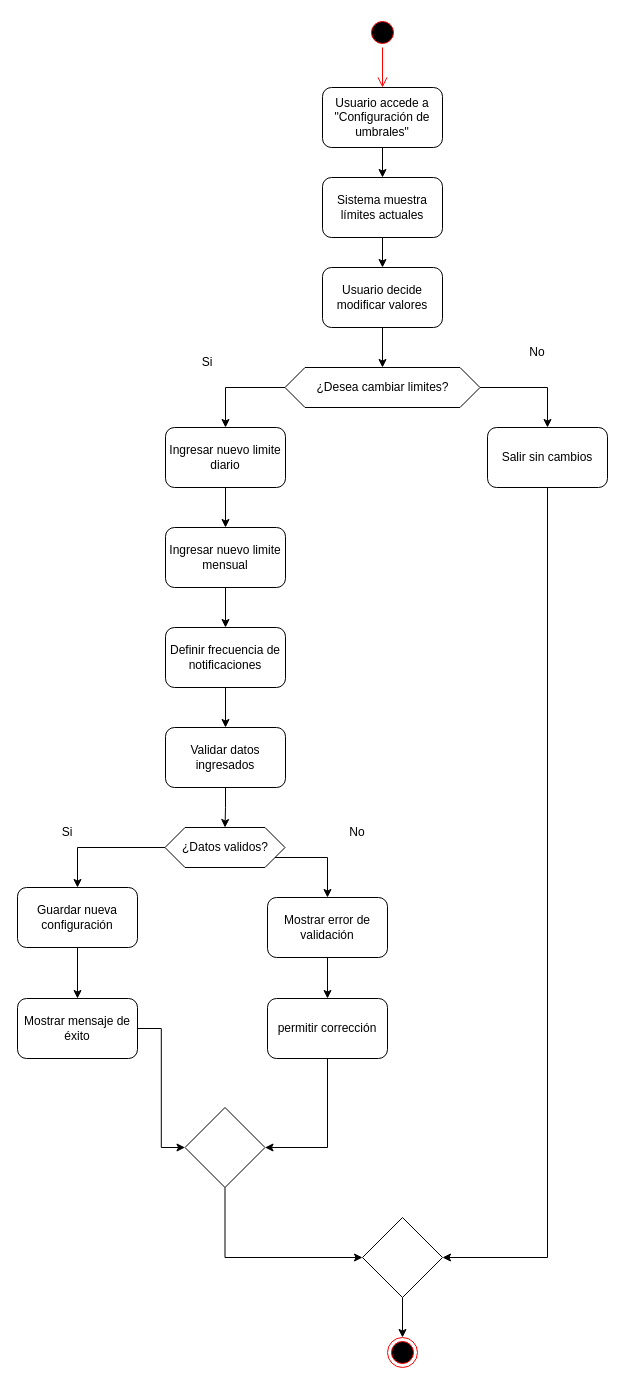
Above: Flujos de interaccion de usuario/Configurar umbrales.drawio in Juan-Cortes2045/Energy-Monitor-Documentation (draw.io), before the change. Source tidied: cells renumbered, new cells numbered last; positions are measured from the earlier drawing's top-left corner, leaving out a move shared by most shapes. Both pictures are drawn from the tidied source at 100%, with x=0, y=0 at pixel (17, 17).
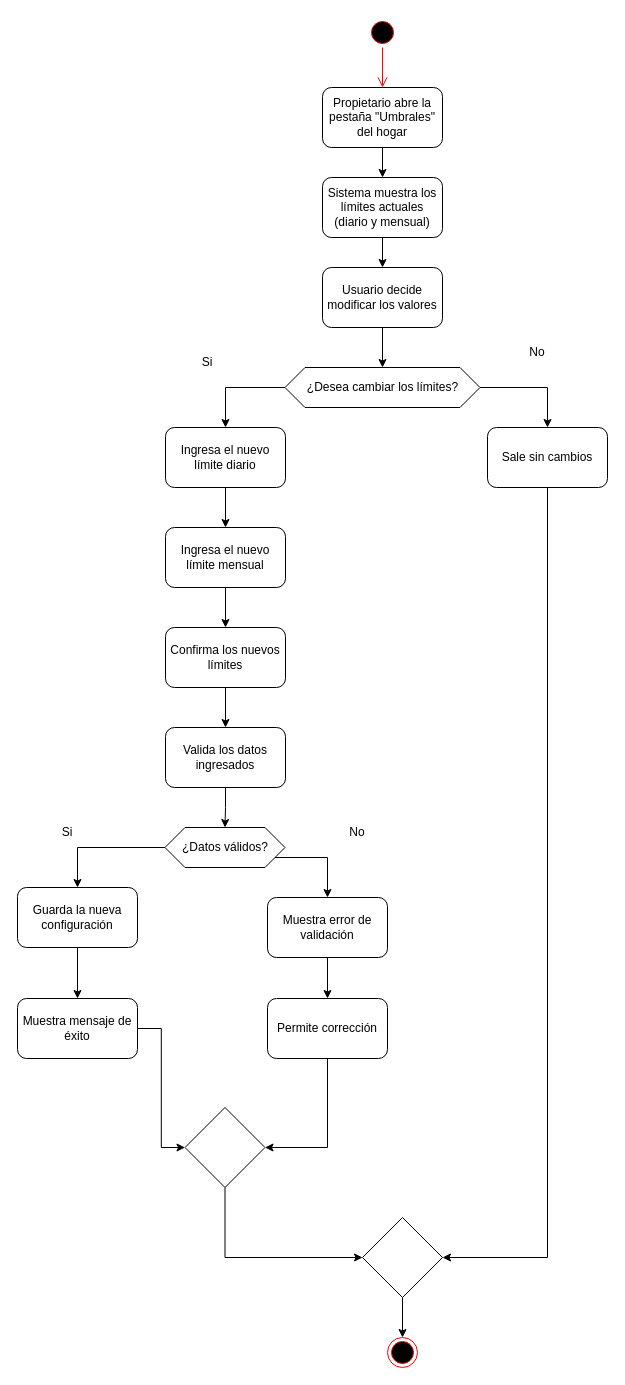
After the change.

The edit, as a diff of the source:
```diff
@@
-    <mxCell id="5" value="Usuario accede a &quot;Configuración de umbrales&quot;" style="rounded=1;whiteSpace=wrap;html=1;" parent="1" vertex="1">
+    <mxCell id="5" value="Propietario abre la pestaña &quot;Umbrales&quot; del hogar" style="rounded=1;whiteSpace=wrap;html=1;" parent="1" vertex="1">
       <mxGeometry x="305" y="70" width="120" height="60" as="geometry" />
     </mxCell>
@@
-    <mxCell id="7" value="Sistema muestra límites actuales" style="rounded=1;whiteSpace=wrap;html=1;" parent="1" vertex="1">
+    <mxCell id="7" value="Sistema muestra los límites actuales (diario y mensual)" style="rounded=1;whiteSpace=wrap;html=1;" parent="1" vertex="1">
       <mxGeometry x="305" y="160" width="120" height="60" as="geometry" />
     </mxCell>
@@
-    <mxCell id="9" value="Usuario decide modificar valores" style="rounded=1;whiteSpace=wrap;html=1;" parent="1" vertex="1">
+    <mxCell id="9" value="Usuario decide modificar los valores" style="rounded=1;whiteSpace=wrap;html=1;" parent="1" vertex="1">
       <mxGeometry x="305" y="250" width="120" height="60" as="geometry" />
     </mxCell>
@@
-    <mxCell id="12" value="¿Desea cambiar limites?" style="shape=hexagon;perimeter=hexagonPerimeter2;whiteSpace=wrap;html=1;fixedSize=1;" parent="1" vertex="1">
+    <mxCell id="12" value="¿Desea cambiar los límites?" style="shape=hexagon;perimeter=hexagonPerimeter2;whiteSpace=wrap;html=1;fixedSize=1;" parent="1" vertex="1">
       <mxGeometry x="267.5" y="350" width="195" height="40" as="geometry" />
     </mxCell>
@@
-    <mxCell id="14" value="Salir sin cambios" style="rounded=1;whiteSpace=wrap;html=1;" parent="1" vertex="1">
+    <mxCell id="14" value="Sale sin cambios" style="rounded=1;whiteSpace=wrap;html=1;" parent="1" vertex="1">
       <mxGeometry x="470" y="410" width="120" height="60" as="geometry" />
     </mxCell>
@@
-    <mxCell id="17" value="Ingresar nuevo limite diario" style="rounded=1;whiteSpace=wrap;html=1;" parent="1" vertex="1">
+    <mxCell id="17" value="Ingresa el nuevo límite diario" style="rounded=1;whiteSpace=wrap;html=1;" parent="1" vertex="1">
       <mxGeometry x="148" y="410" width="120" height="60" as="geometry" />
     </mxCell>
@@
-    <mxCell id="19" value="Ingresar nuevo limite mensual" style="rounded=1;whiteSpace=wrap;html=1;" parent="1" vertex="1">
+    <mxCell id="19" value="Ingresa el nuevo límite mensual" style="rounded=1;whiteSpace=wrap;html=1;" parent="1" vertex="1">
       <mxGeometry x="148" y="510" width="120" height="60" as="geometry" />
     </mxCell>
@@
-    <mxCell id="21" value="Definir frecuencia de notificaciones" style="rounded=1;whiteSpace=wrap;html=1;" parent="1" vertex="1">
+    <mxCell id="21" value="Confirma los nuevos límites" style="rounded=1;whiteSpace=wrap;html=1;" parent="1" vertex="1">
       <mxGeometry x="148" y="610" width="120" height="60" as="geometry" />
     </mxCell>
@@
-    <mxCell id="23" value="Validar datos ingresados" style="rounded=1;whiteSpace=wrap;html=1;" parent="1" vertex="1">
+    <mxCell id="23" value="Valida los datos ingresados" style="rounded=1;whiteSpace=wrap;html=1;" parent="1" vertex="1">
       <mxGeometry x="148" y="710" width="120" height="60" as="geometry" />
     </mxCell>
@@
-    <mxCell id="26" value="¿Datos validos?" style="shape=hexagon;perimeter=hexagonPerimeter2;whiteSpace=wrap;html=1;fixedSize=1;" parent="1" vertex="1">
+    <mxCell id="26" value="¿Datos válidos?" style="shape=hexagon;perimeter=hexagonPerimeter2;whiteSpace=wrap;html=1;fixedSize=1;" parent="1" vertex="1">
       <mxGeometry x="147.5" y="810" width="120" height="40" as="geometry" />
     </mxCell>
@@
-    <mxCell id="28" value="Guardar nueva configuración" style="rounded=1;whiteSpace=wrap;html=1;" parent="1" vertex="1">
+    <mxCell id="28" value="Guarda la nueva configuración" style="rounded=1;whiteSpace=wrap;html=1;" parent="1" vertex="1">
       <mxGeometry y="870" width="120" height="60" as="geometry" />
     </mxCell>
@@
-    <mxCell id="30" value="Mostrar error de validación" style="rounded=1;whiteSpace=wrap;html=1;" parent="1" vertex="1">
+    <mxCell id="30" value="Muestra error de validación" style="rounded=1;whiteSpace=wrap;html=1;" parent="1" vertex="1">
       <mxGeometry x="250" y="880" width="120" height="60" as="geometry" />
     </mxCell>
@@
-    <mxCell id="34" value="Mostrar mensaje de éxito" style="rounded=1;whiteSpace=wrap;html=1;" parent="1" vertex="1">
+    <mxCell id="34" value="Muestra mensaje de éxito" style="rounded=1;whiteSpace=wrap;html=1;" parent="1" vertex="1">
       <mxGeometry y="981" width="120" height="60" as="geometry" />
     </mxCell>
@@
-    <mxCell id="36" value="permitir corrección" style="rounded=1;whiteSpace=wrap;html=1;" parent="1" vertex="1">
+    <mxCell id="36" value="Permite corrección" style="rounded=1;whiteSpace=wrap;html=1;" parent="1" vertex="1">
       <mxGeometry x="250" y="981" width="120" height="60" as="geometry" />
     </mxCell>
```
